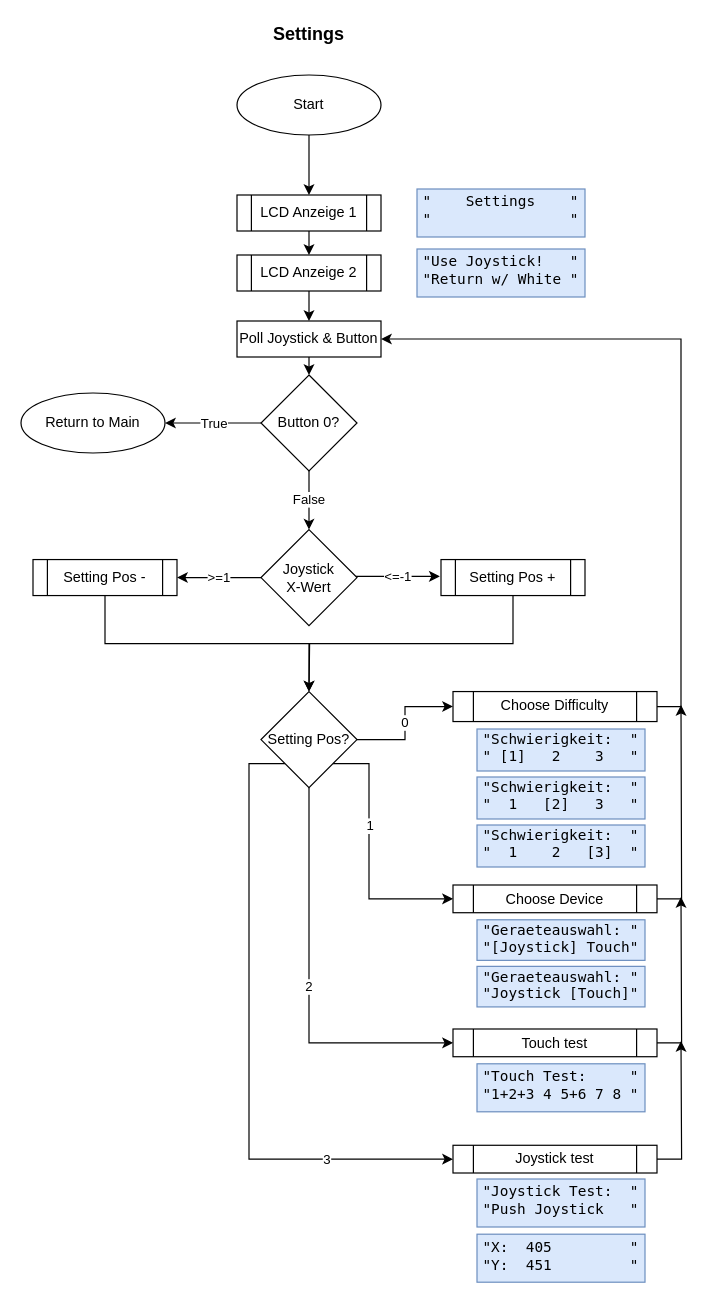
Earlier version of the draw.io diagram page "Settings" (2 of 5) of Untitled Diagram.drawio (Seafesko/Nucleo-Wecker). Source tidied: cells renumbered, new cells numbered last; positions are measured from the earlier drawing's top-left corner, leaving out a move shared by most shapes. Both pictures are drawn from the tidied source at 120%, with x=0, y=0 at pixel (20, 20).
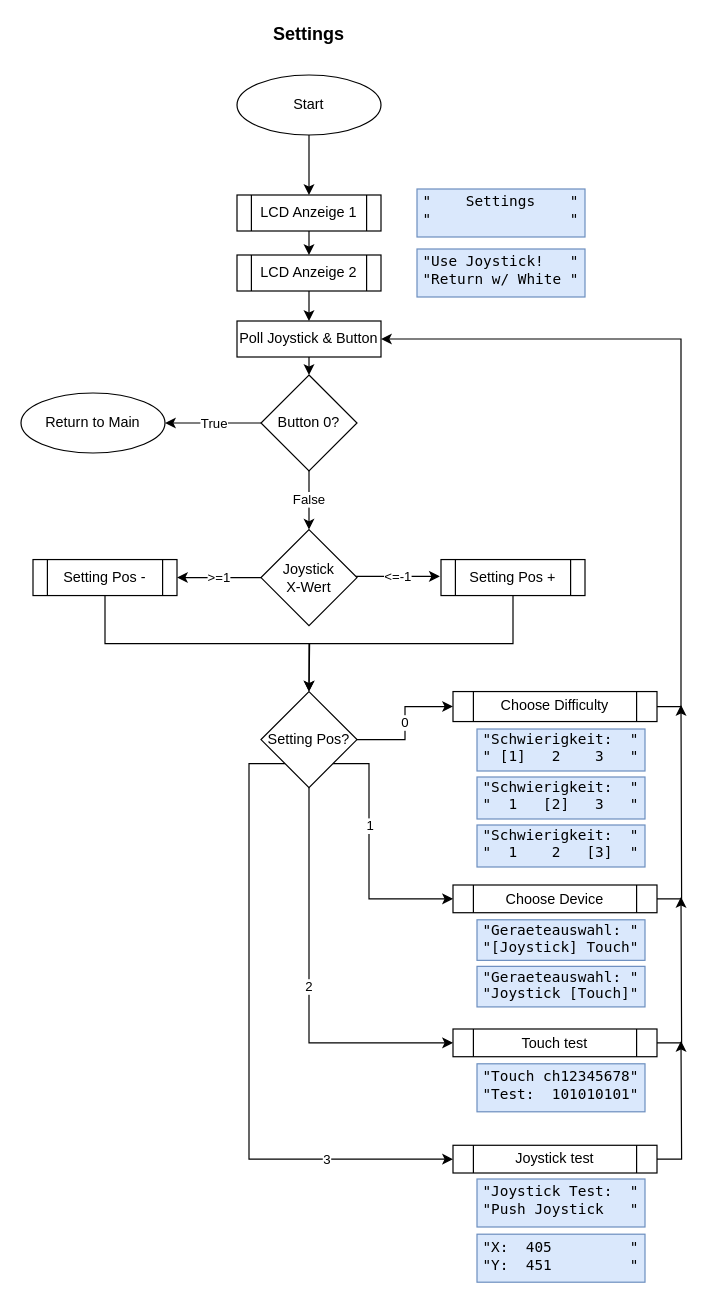
The same page after the edit.

Change to the diagram source:
```diff
@@
-    <mxCell id="9" value="&lt;div&gt;&lt;font face=&quot;Lucida Console&quot;&gt;&lt;br&gt;&lt;/font&gt;&lt;/div&gt;&lt;div&gt;&lt;font face=&quot;Lucida Console&quot;&gt;&quot;Touch Test:&amp;nbsp;&amp;nbsp;&amp;nbsp;&amp;nbsp; &quot;&lt;/font&gt;&lt;/div&gt;&lt;div&gt;&lt;font face=&quot;Lucida Console&quot;&gt;&quot;1+2+3 4 5+6 7 8 &quot;&lt;/font&gt;&lt;br&gt;&lt;/div&gt;" style="text;html=1;strokeColor=#6c8ebf;fillColor=#dae8fc;spacing=5;spacingTop=-20;whiteSpace=wrap;overflow=hidden;rounded=0;" parent="1" vertex="1">
+    <mxCell id="9" value="&lt;div&gt;&lt;font face=&quot;Lucida Console&quot;&gt;&lt;br&gt;&lt;/font&gt;&lt;/div&gt;&lt;div&gt;&lt;font face=&quot;Lucida Console&quot;&gt;&quot;Touch ch12345678&quot;&lt;/font&gt;&lt;/div&gt;&lt;div&gt;&lt;font face=&quot;Lucida Console&quot;&gt;&quot;Test:&amp;nbsp; 101010101&quot;&lt;/font&gt;&lt;br&gt;&lt;/div&gt;" style="text;html=1;strokeColor=#6c8ebf;fillColor=#dae8fc;spacing=5;spacingTop=-20;whiteSpace=wrap;overflow=hidden;rounded=0;" parent="1" vertex="1">
       <mxGeometry x="380" y="869" width="140" height="40" as="geometry" />
     </mxCell>
```
